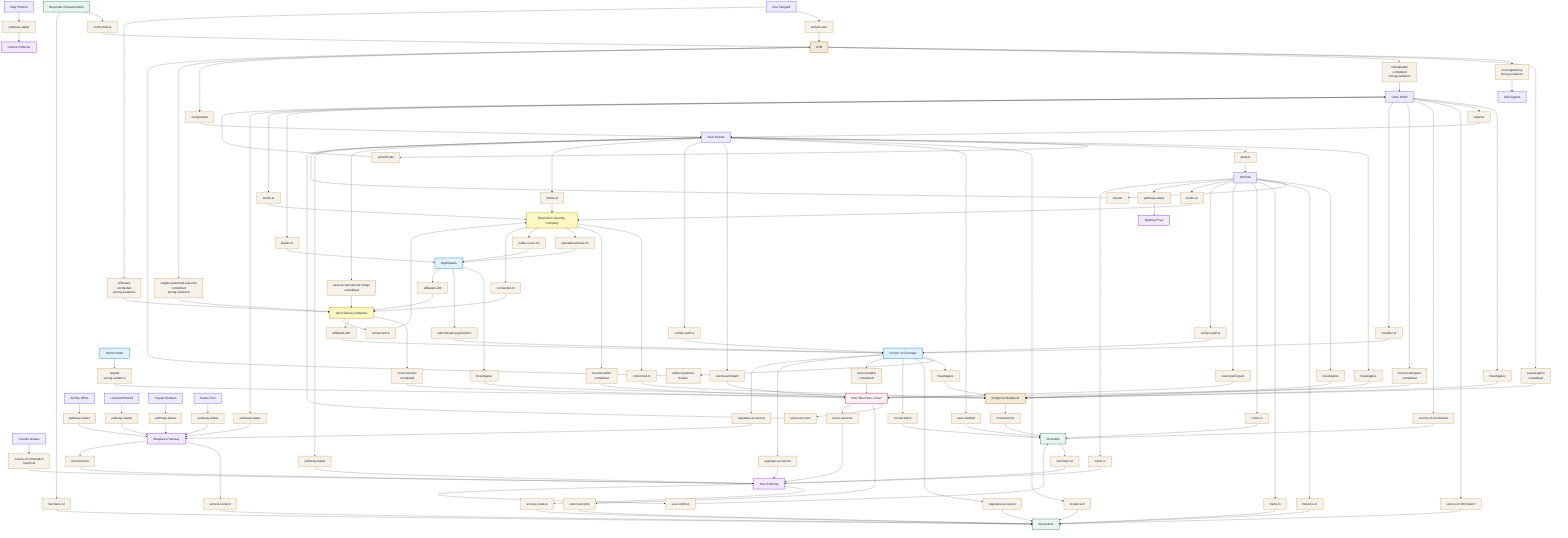
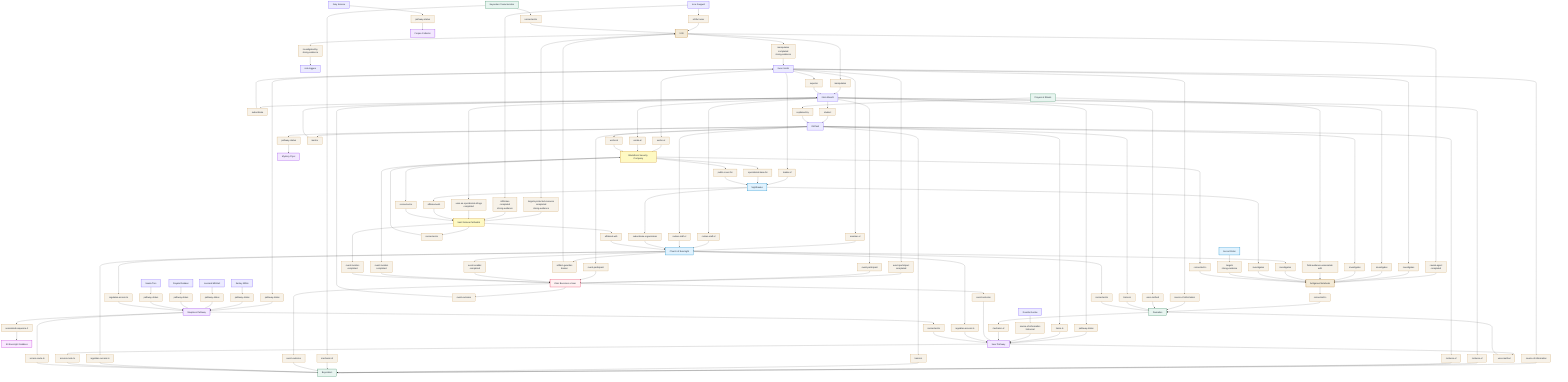
- ﻿graph TD
+ graph TD
  artifact_0_08["0-08"]
  artifact_antigonus_notebook["Antigonus Notebook"]
  character_azik_eggers["Azik Eggers"]
  character_daly_simone["Daly Simone"]
  character_dunn_smith["Dunn Smith"]
  character_ince_zangwill["Ince Zangwill"]
  character_kenley_white["Kenley White"]
  character_klein_moretti["Klein Moretti"]
  character_leonard_mitchell["Leonard Mitchell"]
  character_old_neil["Old Neil"]
  character_roselle_gustav["Roselle Gustav"]
  character_royale_reideen["Royale Reideen"]
  character_seeka_tron["Seeka Tron"]
  concept_beyonder_characteristics["Beyonder Characteristics"]
  concept_beyonders["Beyonders"]
  concept_divination["Divination"]
+   concept_prayers_and_rituals["Prayers & Rituals"]
+   deity_s0_evernight_goddess["S0 Evernight Goddess"]
  event_klein_becomes_a_seer["Klein Becomes a Seer"]
  faction_church_of_evernight["Church of Evernight"]
  faction_nighthawks["Nighthawks"]
  faction_secret_order["Secret Order"]
  location_blackthorn_security_company["Blackthorn Security Company"]
  location_saint_selena_cathedral["Saint Selena Cathedral"]
  pathway_corpse_collector["Corpse Collector"]
  pathway_mystery_pryer["Mystery Pryer"]
  pathway_seer["Seer Pathway"]
  pathway_sleepless["Sleepless Pathway"]

  classDef artifact fill:#f3ead7,stroke:#b7791f,stroke-width:2px,color:#1f2937
  classDef character fill:#ecebff,stroke:#7c5cff,stroke-width:2px,color:#1f2937
  classDef concept fill:#e8f5f0,stroke:#2f855a,stroke-width:2px,color:#1f2937
+   classDef deity fill:#fae8ff,stroke:#c026d3,stroke-width:2px,color:#1f2937
+   classDef epoch fill:#ede9fe,stroke:#6d28d9,stroke-width:2px,color:#1f2937
  classDef event fill:#fff1f2,stroke:#e11d48,stroke-width:2px,color:#1f2937
  classDef faction fill:#e0f2fe,stroke:#0284c7,stroke-width:2px,color:#1f2937
+   classDef family fill:#fce7f3,stroke:#be185d,stroke-width:2px,color:#1f2937
  classDef location fill:#fef9c3,stroke:#ca8a04,stroke-width:2px,color:#1f2937
+   classDef mystery fill:#e5e7eb,stroke:#4b5563,stroke-width:2px,color:#1f2937
  classDef pathway fill:#f3e8ff,stroke:#9333ea,stroke-width:2px,color:#1f2937
+   classDef tarot fill:#ffedd5,stroke:#ea580c,stroke-width:2px,color:#1f2937
+   classDef timeline fill:#dbeafe,stroke:#2563eb,stroke-width:2px,color:#1f2937
+   classDef uniqueness fill:#fee2e2,stroke:#dc2626,stroke-width:2px,color:#1f2937
  classDef relationship fill:#f7f2e9,stroke:#c69245,stroke-width:1.5px,color:#1f2937

  class artifact_0_08 artifact
  class artifact_antigonus_notebook artifact
  class character_azik_eggers character
  class character_daly_simone character
  class character_dunn_smith character
  class character_ince_zangwill character
  class character_kenley_white character
  class character_klein_moretti character
  class character_leonard_mitchell character
  class character_old_neil character
  class character_roselle_gustav character
  class character_royale_reideen character
  class character_seeka_tron character
  class concept_beyonder_characteristics concept
  class concept_beyonders concept
  class concept_divination concept
+   class concept_prayers_and_rituals concept
+   class deity_s0_evernight_goddess deity
  class event_klein_becomes_a_seer event
  class faction_church_of_evernight faction
  class faction_nighthawks faction
  class faction_secret_order faction
  class location_blackthorn_security_company location
  class location_saint_selena_cathedral location
  class pathway_corpse_collector pathway
  class pathway_mystery_pryer pathway
  class pathway_seer pathway
  class pathway_sleepless pathway

  rel_001["causal-agent<br/>completed"]
  class rel_001 relationship
  artifact_0_08 --> rel_001
  rel_001 --> artifact_antigonus_notebook
  rel_002["investigated-by<br/>strong-evidence"]
  class rel_002 relationship
  artifact_0_08 --> rel_002
  rel_002 --> character_azik_eggers
  rel_003["manipulates<br/>completed<br/>strong-evidence"]
  class rel_003 relationship
  artifact_0_08 --> rel_003
  rel_003 --> character_dunn_smith
  rel_004["manipulates"]
  class rel_004 relationship
  artifact_0_08 --> rel_004
  rel_004 --> character_klein_moretti
  rel_005["targets-protected-resource<br/>completed<br/>strong-evidence"]
  class rel_005 relationship
  artifact_0_08 --> rel_005
  rel_005 --> location_saint_selena_cathedral
  rel_006["connected-to"]
  class rel_006 relationship
  artifact_antigonus_notebook --> rel_006
  rel_006 --> concept_divination
  rel_007["pathway-status"]
  class rel_007 relationship
  character_daly_simone --> rel_007
  rel_007 --> pathway_corpse_collector
  rel_008["investigates"]
  class rel_008 relationship
  character_dunn_smith --> rel_008
  rel_008 --> artifact_antigonus_notebook
  rel_009["superior"]
  class rel_009 relationship
  character_dunn_smith --> rel_009
  rel_009 --> character_klein_moretti
  rel_010["source-of-information"]
  class rel_010 relationship
  character_dunn_smith --> rel_010
  rel_010 --> concept_beyonders
  rel_011["source-of-information"]
  class rel_011 relationship
  character_dunn_smith --> rel_011
  rel_011 --> concept_divination
  rel_012["event-participant<br/>completed"]
  class rel_012 relationship
  character_dunn_smith --> rel_012
  rel_012 --> event_klein_becomes_a_seer
  rel_013["member-of"]
  class rel_013 relationship
  character_dunn_smith --> rel_013
  rel_013 --> faction_church_of_evernight
  rel_014["leader-of"]
  class rel_014 relationship
  character_dunn_smith --> rel_014
  rel_014 --> faction_nighthawks
  rel_015["works-at"]
  class rel_015 relationship
  character_dunn_smith --> rel_015
  rel_015 --> location_blackthorn_security_company
  rel_016["pathway-status"]
  class rel_016 relationship
  character_dunn_smith --> rel_016
  rel_016 --> pathway_sleepless
  rel_017["artifact-user"]
  class rel_017 relationship
  character_ince_zangwill --> rel_017
  rel_017 --> artifact_0_08
  rel_018["infiltrates<br/>completed<br/>strong-evidence"]
  class rel_018 relationship
  character_ince_zangwill --> rel_018
  rel_018 --> location_saint_selena_cathedral
  rel_019["pathway-status"]
  class rel_019 relationship
  character_kenley_white --> rel_019
  rel_019 --> pathway_sleepless
  rel_020["investigates"]
  class rel_020 relationship
  character_klein_moretti --> rel_020
  rel_020 --> artifact_antigonus_notebook
  rel_021["subordinate"]
  class rel_021 relationship
  character_klein_moretti --> rel_021
  rel_021 --> character_dunn_smith
  rel_022["student"]
  class rel_022 relationship
  character_klein_moretti --> rel_022
  rel_022 --> character_old_neil
  rel_023["instance-of"]
  class rel_023 relationship
  character_klein_moretti --> rel_023
  rel_023 --> concept_beyonders
  rel_024["uses-method"]
  class rel_024 relationship
  character_klein_moretti --> rel_024
  rel_024 --> concept_divination
  rel_025["event-participant"]
  class rel_025 relationship
  character_klein_moretti --> rel_025
  rel_025 --> event_klein_becomes_a_seer
  rel_026["civilian-staff-of"]
  class rel_026 relationship
  character_klein_moretti --> rel_026
  rel_026 --> faction_church_of_evernight
  rel_027["works-at"]
  class rel_027 relationship
  character_klein_moretti --> rel_027
  rel_027 --> location_blackthorn_security_company
  rel_028["uses-as-operational-refuge<br/>completed"]
  class rel_028 relationship
  character_klein_moretti --> rel_028
  rel_028 --> location_saint_selena_cathedral
  rel_029["pathway-status"]
  class rel_029 relationship
  character_klein_moretti --> rel_029
  rel_029 --> pathway_seer
  rel_030["pathway-status"]
  class rel_030 relationship
  character_leonard_mitchell --> rel_030
  rel_030 --> pathway_sleepless
  rel_031["investigates"]
  class rel_031 relationship
  character_old_neil --> rel_031
  rel_031 --> artifact_antigonus_notebook
  rel_032["mentor"]
  class rel_032 relationship
  character_old_neil --> rel_032
  rel_032 --> character_klein_moretti
  rel_033["instance-of"]
  class rel_033 relationship
  character_old_neil --> rel_033
  rel_033 --> concept_beyonders
  rel_034["trains-in"]
  class rel_034 relationship
  character_old_neil --> rel_034
  rel_034 --> concept_beyonders
  rel_035["trains-in"]
  class rel_035 relationship
  character_old_neil --> rel_035
  rel_035 --> concept_divination
  rel_036["event-participant"]
  class rel_036 relationship
  character_old_neil --> rel_036
  rel_036 --> event_klein_becomes_a_seer
  rel_037["civilian-staff-of"]
  class rel_037 relationship
  character_old_neil --> rel_037
  rel_037 --> faction_church_of_evernight
  rel_038["works-at"]
  class rel_038 relationship
  character_old_neil --> rel_038
  rel_038 --> location_blackthorn_security_company
  rel_039["pathway-status"]
  class rel_039 relationship
  character_old_neil --> rel_039
  rel_039 --> pathway_mystery_pryer
  rel_040["trains-in"]
  class rel_040 relationship
  character_old_neil --> rel_040
  rel_040 --> pathway_seer
  rel_041["source-of-information<br/>historical"]
  class rel_041 relationship
  character_roselle_gustav --> rel_041
  rel_041 --> pathway_seer
  rel_042["pathway-status"]
  class rel_042 relationship
  character_royale_reideen --> rel_042
  rel_042 --> pathway_sleepless
  rel_043["pathway-status"]
  class rel_043 relationship
  character_seeka_tron --> rel_043
  rel_043 --> pathway_sleepless
  rel_044["connected-to"]
  class rel_044 relationship
  concept_beyonder_characteristics --> rel_044
  rel_044 --> artifact_0_08
  rel_045["mechanic-of"]
  class rel_045 relationship
  concept_beyonder_characteristics --> rel_045
  rel_045 --> concept_beyonders
  rel_046["mechanic-of"]
  class rel_046 relationship
  concept_divination --> rel_046
  rel_046 --> pathway_seer
-   rel_047["event-outcome"]
+   rel_047["field-evidence-associated-with"]
  class rel_047 relationship
-   event_klein_becomes_a_seer --> rel_047
-   rel_047 --> character_klein_moretti
-   rel_048["event-outcome"]
+   concept_prayers_and_rituals --> rel_047
+   rel_047 --> artifact_antigonus_notebook
+   rel_048["explained-by"]
  class rel_048 relationship
-   event_klein_becomes_a_seer --> rel_048
-   rel_048 --> concept_beyonders
+   concept_prayers_and_rituals --> rel_048
+   rel_048 --> character_old_neil
  rel_049["event-outcome"]
  class rel_049 relationship
  event_klein_becomes_a_seer --> rel_049
-   rel_049 --> pathway_seer
-   rel_050["artifact-guardian<br/>broken"]
+   rel_049 --> character_klein_moretti
+   rel_050["event-outcome"]
  class rel_050 relationship
-   faction_church_of_evernight --> rel_050
-   rel_050 --> artifact_0_08
-   rel_051["investigates"]
+   event_klein_becomes_a_seer --> rel_050
+   rel_050 --> concept_beyonders
+   rel_051["event-outcome"]
  class rel_051 relationship
-   faction_church_of_evernight --> rel_051
-   rel_051 --> artifact_antigonus_notebook
-   rel_052["regulates-access-to"]
+   event_klein_becomes_a_seer --> rel_051
+   rel_051 --> pathway_seer
+   rel_052["artifact-guardian<br/>broken"]
  class rel_052 relationship
  faction_church_of_evernight --> rel_052
-   rel_052 --> concept_beyonders
-   rel_053["connected-to"]
+   rel_052 --> artifact_0_08
+   rel_053["investigates"]
  class rel_053 relationship
  faction_church_of_evernight --> rel_053
-   rel_053 --> concept_divination
-   rel_054["event-enabler<br/>completed"]
+   rel_053 --> artifact_antigonus_notebook
+   rel_054["regulates-access-to"]
  class rel_054 relationship
  faction_church_of_evernight --> rel_054
-   rel_054 --> event_klein_becomes_a_seer
-   rel_055["regulates-access-to"]
+   rel_054 --> concept_beyonders
+   rel_055["connected-to"]
  class rel_055 relationship
  faction_church_of_evernight --> rel_055
-   rel_055 --> pathway_seer
-   rel_056["regulates-access-to"]
+   rel_055 --> concept_divination
+   rel_056["event-enabler<br/>completed"]
  class rel_056 relationship
  faction_church_of_evernight --> rel_056
-   rel_056 --> pathway_sleepless
-   rel_057["investigates"]
+   rel_056 --> event_klein_becomes_a_seer
+   rel_057["regulates-access-to"]
  class rel_057 relationship
-   faction_nighthawks --> rel_057
-   rel_057 --> artifact_antigonus_notebook
-   rel_058["subordinate-organization"]
+   faction_church_of_evernight --> rel_057
+   rel_057 --> pathway_seer
+   rel_058["regulates-access-to"]
  class rel_058 relationship
-   faction_nighthawks --> rel_058
-   rel_058 --> faction_church_of_evernight
-   rel_059["affiliated-with"]
+   faction_church_of_evernight --> rel_058
+   rel_058 --> pathway_sleepless
+   rel_059["investigates"]
  class rel_059 relationship
  faction_nighthawks --> rel_059
-   rel_059 --> location_saint_selena_cathedral
-   rel_060["targets<br/>strong-evidence"]
+   rel_059 --> artifact_antigonus_notebook
+   rel_060["subordinate-organization"]
  class rel_060 relationship
-   faction_secret_order --> rel_060
-   rel_060 --> artifact_antigonus_notebook
-   rel_061["connected-to"]
+   faction_nighthawks --> rel_060
+   rel_060 --> faction_church_of_evernight
+   rel_061["affiliated-with"]
  class rel_061 relationship
-   location_blackthorn_security_company --> rel_061
-   rel_061 --> artifact_antigonus_notebook
-   rel_062["event-location<br/>completed"]
+   faction_nighthawks --> rel_061
+   rel_061 --> location_saint_selena_cathedral
+   rel_062["targets<br/>strong-evidence"]
  class rel_062 relationship
-   location_blackthorn_security_company --> rel_062
-   rel_062 --> event_klein_becomes_a_seer
-   rel_063["operational-base-for"]
+   faction_secret_order --> rel_062
+   rel_062 --> artifact_antigonus_notebook
+   rel_063["connected-to"]
  class rel_063 relationship
  location_blackthorn_security_company --> rel_063
-   rel_063 --> faction_nighthawks
-   rel_064["public-cover-for"]
+   rel_063 --> artifact_antigonus_notebook
+   rel_064["event-location<br/>completed"]
  class rel_064 relationship
  location_blackthorn_security_company --> rel_064
-   rel_064 --> faction_nighthawks
-   rel_065["connected-to"]
+   rel_064 --> event_klein_becomes_a_seer
+   rel_065["operational-base-for"]
  class rel_065 relationship
  location_blackthorn_security_company --> rel_065
-   rel_065 --> location_saint_selena_cathedral
-   rel_066["event-location<br/>completed"]
+   rel_065 --> faction_nighthawks
+   rel_066["public-cover-for"]
  class rel_066 relationship
-   location_saint_selena_cathedral --> rel_066
-   rel_066 --> event_klein_becomes_a_seer
-   rel_067["affiliated-with"]
+   location_blackthorn_security_company --> rel_066
+   rel_066 --> faction_nighthawks
+   rel_067["connected-to"]
  class rel_067 relationship
-   location_saint_selena_cathedral --> rel_067
-   rel_067 --> faction_church_of_evernight
-   rel_068["connected-to"]
+   location_blackthorn_security_company --> rel_067
+   rel_067 --> location_saint_selena_cathedral
+   rel_068["event-location<br/>completed"]
  class rel_068 relationship
  location_saint_selena_cathedral --> rel_068
-   rel_068 --> location_blackthorn_security_company
-   rel_069["access-route-to"]
+   rel_068 --> event_klein_becomes_a_seer
+   rel_069["affiliated-with"]
  class rel_069 relationship
-   pathway_seer --> rel_069
-   rel_069 --> concept_beyonders
-   rel_070["uses-method"]
+   location_saint_selena_cathedral --> rel_069
+   rel_069 --> faction_church_of_evernight
+   rel_070["connected-to"]
  class rel_070 relationship
-   pathway_seer --> rel_070
-   rel_070 --> concept_divination
+   location_saint_selena_cathedral --> rel_070
+   rel_070 --> location_blackthorn_security_company
  rel_071["access-route-to"]
  class rel_071 relationship
-   pathway_sleepless --> rel_071
+   pathway_seer --> rel_071
  rel_071 --> concept_beyonders
-   rel_072["connected-to"]
+   rel_072["uses-method"]
  class rel_072 relationship
-   pathway_sleepless --> rel_072
-   rel_072 --> pathway_seer
+   pathway_seer --> rel_072
+   rel_072 --> concept_divination
+   rel_073["access-route-to"]
+   class rel_073 relationship
+   pathway_sleepless --> rel_073
+   rel_073 --> concept_beyonders
+   rel_074["associated-sequence-0"]
+   class rel_074 relationship
+   pathway_sleepless --> rel_074
+   rel_074 --> deity_s0_evernight_goddess
+   rel_075["connected-to"]
+   class rel_075 relationship
+   pathway_sleepless --> rel_075
+   rel_075 --> pathway_seer
